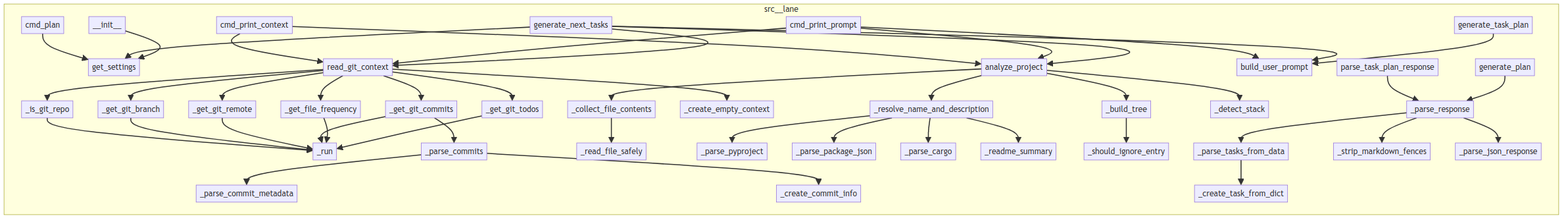
Earlier version of the Mermaid export project/calls.png (semcod/nxdo). Its source is kept beside it as project/calls.mmd.
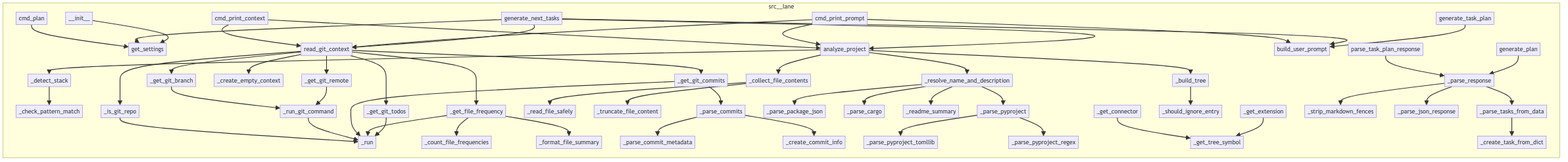
After the change.

The edit, as a diff of the source:
```diff
@@ -1,53 +1,53 @@
 flowchart LR
     subgraph src__lane
+        src__lane__project_analyzer___check_pattern_match["_check_pattern_match"]
+        src__lane__project_analyzer___detect_stack["_detect_stack"]
+        src__lane__config__get_settings["get_settings"]
+        src__lane__project_analyzer___read_file_safely["_read_file_safely"]
+        src__lane__git_reader___count_file_frequencies["_count_file_frequencies"]
+        src__lane__cli__cmd_plan["cmd_plan"]
+        src__lane__git_reader___get_git_branch["_get_git_branch"]
+        src__lane__project_analyzer___get_tree_symbol["_get_tree_symbol"]
+        src__lane__git_reader___is_git_repo["_is_git_repo"]
+        src__lane__git_reader___get_git_commits["_get_git_commits"]
+        src__lane__project_analyzer___truncate_file_content["_truncate_file_content"]
+        src__lane__git_reader___run_git_command["_run_git_command"]
+        src__lane__project_analyzer___build_tree["_build_tree"]
+        src__lane__project_analyzer__analyze_project["analyze_project"]
+        src__lane__project_analyzer___parse_pyproject_tomllib["_parse_pyproject_tomllib"]
+        src__lane__git_reader___create_empty_context["_create_empty_context"]
+        src__lane__planner__generate_next_tasks["generate_next_tasks"]
+        src__lane__project_analyzer___get_connector["_get_connector"]
+        src__lane__git_reader___get_git_remote["_get_git_remote"]
+        src__lane__project_analyzer___resolve_name_and_description["_resolve_name_and_description"]
+        src__lane__cli__cmd_print_context["cmd_print_context"]
+        src__lane__llm_client__OpenAICompatibleLLMClient__generate_task_plan["generate_task_plan"]
+        src__lane__providers__openai_compat___parse_response["_parse_response"]
+        src__lane__project_analyzer___readme_summary["_readme_summary"]
+        src__lane__providers__openai_compat__OpenAICompatProvider__generate_plan["generate_plan"]
+        src__lane__git_reader__read_git_context["read_git_context"]
+        src__lane__project_analyzer___parse_cargo["_parse_cargo"]
+        src__lane__project_analyzer___get_extension["_get_extension"]
+        src__lane__cli__cmd_print_prompt["cmd_print_prompt"]
+        src__lane__project_analyzer___parse_pyproject["_parse_pyproject"]
+        src__lane__git_reader___run["_run"]
+        src__lane__git_reader___get_git_todos["_get_git_todos"]
+        src__lane__git_reader___parse_commit_metadata["_parse_commit_metadata"]
+        src__lane__project_analyzer___parse_pyproject_regex["_parse_pyproject_regex"]
+        src__lane__git_reader___parse_commits["_parse_commits"]
         src__lane__project_analyzer___parse_package_json["_parse_package_json"]
-        src__lane__project_analyzer___truncate_file_content["_truncate_file_content"]
+        src__lane__git_reader___get_file_frequency["_get_file_frequency"]
+        src__lane__project_analyzer___collect_file_contents["_collect_file_contents"]
+        src__lane__providers__openai_compat__OpenAICompatProvider____init__["__init__"]
+        src__lane__git_reader___create_commit_info["_create_commit_info"]
+        src__lane__providers__openai_compat___parse_json_response["_parse_json_response"]
+        src__lane__git_reader___format_file_summary["_format_file_summary"]
         src__lane__providers__openai_compat___parse_tasks_from_data["_parse_tasks_from_data"]
-        src__lane__git_reader___run_git_command["_run_git_command"]
-        src__lane__cli__cmd_plan["cmd_plan"]
-        src__lane__project_analyzer___detect_stack["_detect_stack"]
-        src__lane__git_reader___is_git_repo["_is_git_repo"]
+        src__lane__llm_client__parse_task_plan_response["parse_task_plan_response"]
+        src__lane__llm_client__build_user_prompt["build_user_prompt"]
+        src__lane__providers__openai_compat___create_task_from_dict["_create_task_from_dict"]
         src__lane__project_analyzer___should_ignore_entry["_should_ignore_entry"]
-        src__lane__cli__cmd_print_context["cmd_print_context"]
-        src__lane__git_reader___get_file_frequency["_get_file_frequency"]
-        src__lane__git_reader___count_file_frequencies["_count_file_frequencies"]
-        src__lane__git_reader___run["_run"]
-        src__lane__project_analyzer___build_tree["_build_tree"]
-        src__lane__git_reader___get_git_branch["_get_git_branch"]
-        src__lane__project_analyzer___parse_pyproject["_parse_pyproject"]
-        src__lane__project_analyzer___parse_pyproject_regex["_parse_pyproject_regex"]
-        src__lane__project_analyzer___resolve_name_and_description["_resolve_name_and_description"]
-        src__lane__project_analyzer___read_file_safely["_read_file_safely"]
-        src__lane__project_analyzer___get_connector["_get_connector"]
-        src__lane__providers__openai_compat___parse_response["_parse_response"]
-        src__lane__git_reader___parse_commit_metadata["_parse_commit_metadata"]
-        src__lane__git_reader___parse_commits["_parse_commits"]
-        src__lane__git_reader___get_git_remote["_get_git_remote"]
-        src__lane__config__get_settings["get_settings"]
-        src__lane__cli__cmd_print_prompt["cmd_print_prompt"]
-        src__lane__llm_client__build_user_prompt["build_user_prompt"]
-        src__lane__planner__generate_next_tasks["generate_next_tasks"]
-        src__lane__llm_client__parse_task_plan_response["parse_task_plan_response"]
-        src__lane__project_analyzer__analyze_project["analyze_project"]
-        src__lane__git_reader__read_git_context["read_git_context"]
-        src__lane__project_analyzer___check_pattern_match["_check_pattern_match"]
-        src__lane__git_reader___get_git_commits["_get_git_commits"]
-        src__lane__project_analyzer___get_extension["_get_extension"]
-        src__lane__llm_client__OpenAICompatibleLLMClient__generate_task_plan["generate_task_plan"]
-        src__lane__providers__openai_compat__OpenAICompatProvider____init__["__init__"]
-        src__lane__git_reader___format_file_summary["_format_file_summary"]
-        src__lane__project_analyzer___readme_summary["_readme_summary"]
-        src__lane__git_reader___create_empty_context["_create_empty_context"]
-        src__lane__providers__openai_compat__OpenAICompatProvider__generate_plan["generate_plan"]
-        src__lane__git_reader___create_commit_info["_create_commit_info"]
-        src__lane__project_analyzer___parse_pyproject_tomllib["_parse_pyproject_tomllib"]
-        src__lane__providers__openai_compat___create_task_from_dict["_create_task_from_dict"]
-        src__lane__providers__openai_compat___parse_json_response["_parse_json_response"]
         src__lane__providers__openai_compat___strip_markdown_fences["_strip_markdown_fences"]
-        src__lane__project_analyzer___parse_cargo["_parse_cargo"]
-        src__lane__project_analyzer___get_tree_symbol["_get_tree_symbol"]
-        src__lane__project_analyzer___collect_file_contents["_collect_file_contents"]
-        src__lane__git_reader___get_git_todos["_get_git_todos"]
     end
     src__lane__cli__cmd_plan --> src__lane__config__get_settings
     src__lane__cli__cmd_print_context --> src__lane__project_analyzer__analyze_project
@@ -55,18 +55,6 @@
     src__lane__cli__cmd_print_prompt --> src__lane__project_analyzer__analyze_project
     src__lane__cli__cmd_print_prompt --> src__lane__git_reader__read_git_context
     src__lane__cli__cmd_print_prompt --> src__lane__llm_client__build_user_prompt
-    src__lane__planner__generate_next_tasks --> src__lane__project_analyzer__analyze_project
-    src__lane__planner__generate_next_tasks --> src__lane__git_reader__read_git_context
-    src__lane__planner__generate_next_tasks --> src__lane__llm_client__build_user_prompt
-    src__lane__planner__generate_next_tasks --> src__lane__config__get_settings
-    src__lane__llm_client__parse_task_plan_response --> src__lane__providers__openai_compat___parse_response
-    src__lane__llm_client__OpenAICompatibleLLMClient__generate_task_plan --> src__lane__llm_client__build_user_prompt
-    src__lane__providers__openai_compat__OpenAICompatProvider____init__ --> src__lane__config__get_settings
-    src__lane__providers__openai_compat__OpenAICompatProvider__generate_plan --> src__lane__providers__openai_compat___parse_response
-    src__lane__providers__openai_compat___parse_tasks_from_data --> src__lane__providers__openai_compat___create_task_from_dict
-    src__lane__providers__openai_compat___parse_response --> src__lane__providers__openai_compat___strip_markdown_fences
-    src__lane__providers__openai_compat___parse_response --> src__lane__providers__openai_compat___parse_json_response
-    src__lane__providers__openai_compat___parse_response --> src__lane__providers__openai_compat___parse_tasks_from_data
     src__lane__git_reader___is_git_repo --> src__lane__git_reader___run
     src__lane__git_reader___run_git_command --> src__lane__git_reader___run
     src__lane__git_reader___get_git_branch --> src__lane__git_reader___run_git_command
@@ -86,6 +74,12 @@
     src__lane__git_reader__read_git_context --> src__lane__git_reader___create_empty_context
     src__lane__git_reader___parse_commits --> src__lane__git_reader___parse_commit_metadata
     src__lane__git_reader___parse_commits --> src__lane__git_reader___create_commit_info
+    src__lane__planner__generate_next_tasks --> src__lane__project_analyzer__analyze_project
+    src__lane__planner__generate_next_tasks --> src__lane__git_reader__read_git_context
+    src__lane__planner__generate_next_tasks --> src__lane__llm_client__build_user_prompt
+    src__lane__planner__generate_next_tasks --> src__lane__config__get_settings
+    src__lane__llm_client__parse_task_plan_response --> src__lane__providers__openai_compat___parse_response
+    src__lane__llm_client__OpenAICompatibleLLMClient__generate_task_plan --> src__lane__llm_client__build_user_prompt
     src__lane__project_analyzer___collect_file_contents --> src__lane__project_analyzer___read_file_safely
     src__lane__project_analyzer___collect_file_contents --> src__lane__project_analyzer___truncate_file_content
     src__lane__project_analyzer___resolve_name_and_description --> src__lane__project_analyzer___parse_pyproject
@@ -102,3 +96,9 @@
     src__lane__project_analyzer___get_connector --> src__lane__project_analyzer___get_tree_symbol
     src__lane__project_analyzer___get_extension --> src__lane__project_analyzer___get_tree_symbol
     src__lane__project_analyzer___build_tree --> src__lane__project_analyzer___should_ignore_entry
+    src__lane__providers__openai_compat__OpenAICompatProvider____init__ --> src__lane__config__get_settings
+    src__lane__providers__openai_compat__OpenAICompatProvider__generate_plan --> src__lane__providers__openai_compat___parse_response
+    src__lane__providers__openai_compat___parse_tasks_from_data --> src__lane__providers__openai_compat___create_task_from_dict
+    src__lane__providers__openai_compat___parse_response --> src__lane__providers__openai_compat___strip_markdown_fences
+    src__lane__providers__openai_compat___parse_response --> src__lane__providers__openai_compat___parse_json_response
+    src__lane__providers__openai_compat___parse_response --> src__lane__providers__openai_compat___parse_tasks_from_data
```
